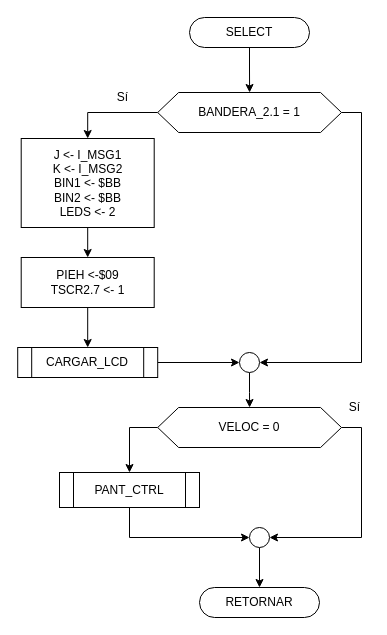
This is Proyecto/diagrams/SELECT.drawio from moisotico/Microprocesadores, a draw.io file, before an edit. Source tidied: cells renumbered, new cells numbered last; positions are measured from the earlier drawing's top-left corner, leaving out a move shared by most shapes. Both pictures are drawn from the tidied source at 100%, with x=0, y=0 at pixel (17, 17).
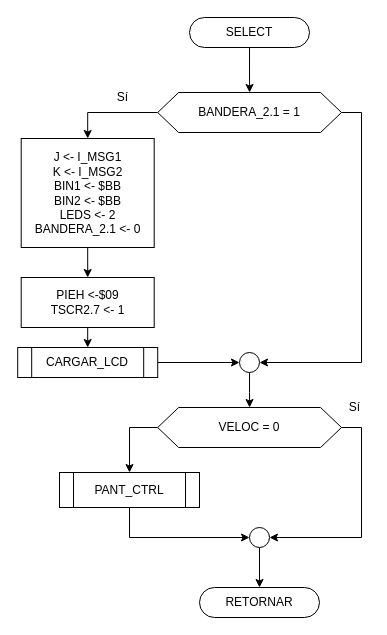
After the change.

Diff of the diagram source:
```diff
@@
-    <mxCell id="14" value="J &amp;lt;- I_MSG1&lt;br&gt;K &amp;lt;- I_MSG2&lt;br&gt;BIN1 &amp;lt;- $BB&lt;br&gt;BIN2 &amp;lt;- $BB&lt;br&gt;LEDS &amp;lt;- 2" style="rounded=0;whiteSpace=wrap;html=1;" parent="1" vertex="1">
-      <mxGeometry x="3.7" y="121" width="133" height="89" as="geometry" />
+    <mxCell id="14" value="J &amp;lt;- I_MSG1&lt;br&gt;K &amp;lt;- I_MSG2&lt;br&gt;BIN1 &amp;lt;- $BB&lt;br&gt;BIN2 &amp;lt;- $BB&lt;br&gt;LEDS &amp;lt;- 2&lt;br&gt;BANDERA_2.1 &amp;lt;- 0" style="rounded=0;whiteSpace=wrap;html=1;" parent="1" vertex="1">
+      <mxGeometry x="3.7" y="121" width="133" height="109" as="geometry" />
     </mxCell>
@@
     <mxCell id="23" value="PIEH &amp;lt;-$09&lt;br&gt;TSCR2.7 &amp;lt;- 1" style="rounded=0;whiteSpace=wrap;html=1;" parent="1" vertex="1">
-      <mxGeometry x="3.7" y="240" width="133" height="50" as="geometry" />
+      <mxGeometry x="3.7" y="260" width="133" height="50" as="geometry" />
     </mxCell>
```
